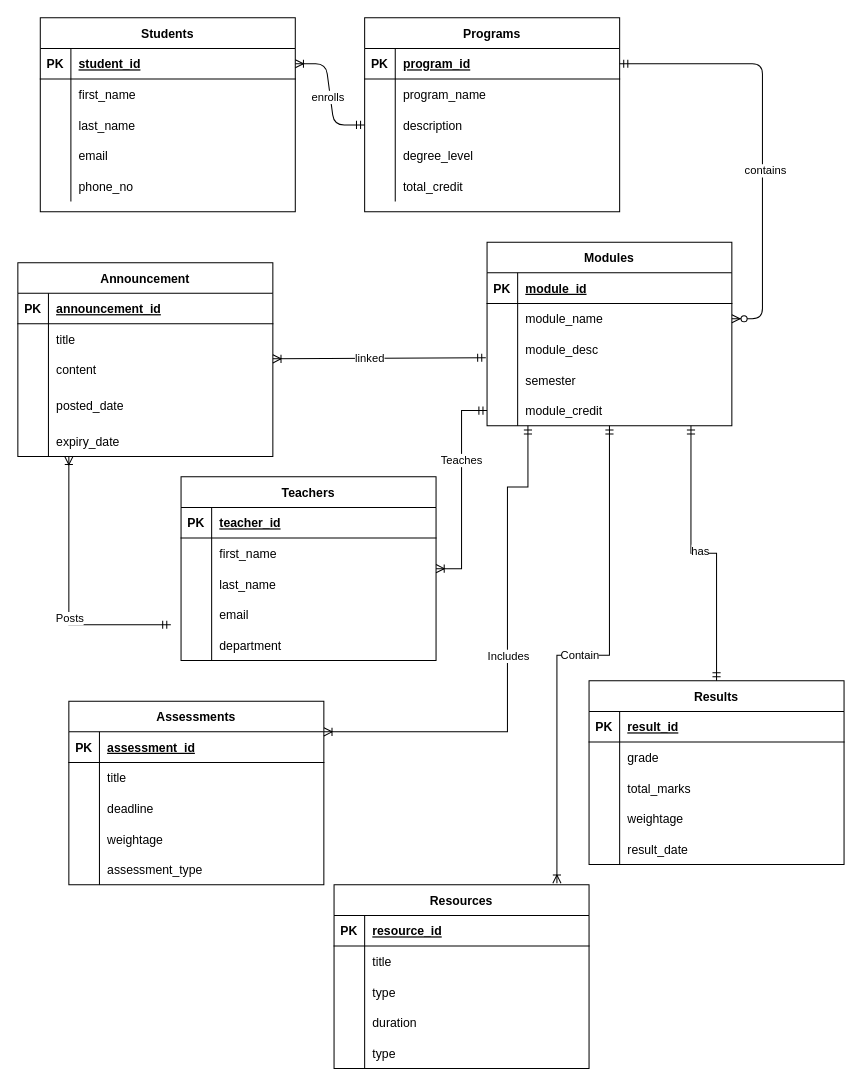
Earlier version of the draw.io diagram Database.drawio (pawal-karki/DRAW.IO). Source tidied: cells renumbered, new cells numbered last; positions are measured from the earlier drawing's top-left corner, leaving out a move shared by most shapes. Both pictures are drawn from the tidied source at 102%, with x=0, y=0 at pixel (17, 17).
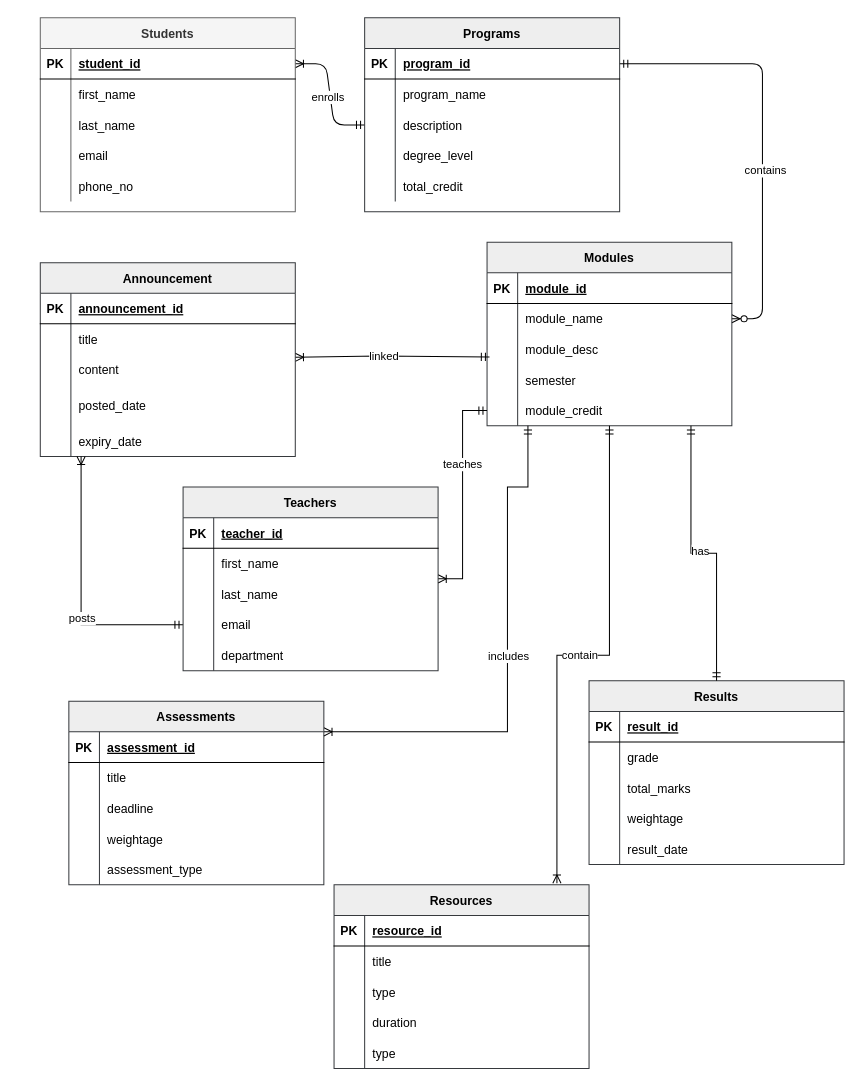
Above is the later version.

The change refers to these unchanged cells:
```xml
<mxCell id="29" style="shape=partialRectangle;fillColor=none;points=[[0,0.5],[1,0.5]];portConstraint=eastwest;top=0;left=0;right=0;bottom=0;" parent="22" vertex="1">
  <mxGeometry y="90" width="240" height="30" as="geometry" />
</mxCell>
<mxCell id="74" style="edgeStyle=orthogonalEdgeStyle;rounded=0;jettySize=auto;html=1;entryX=1;entryY=0.5;entryDx=0;entryDy=0;startArrow=ERmandOne;startFill=0;endArrow=ERoneToMany;endFill=0;exitX=0;exitY=0.5;exitDx=0;exitDy=0;" parent="1" edge="1" source="35" target="76">
  <mxGeometry relative="1" as="geometry" />
</mxCell>
<mxCell id="92" style="edgeStyle=orthogonalEdgeStyle;rounded=0;jettySize=auto;html=1;endArrow=ERmandOne;endFill=0;entryX=0.167;entryY=1;entryDx=0;entryDy=0;entryPerimeter=0;startArrow=ERoneToMany;startFill=0;" parent="1" edge="1" source="94" target="35">
  <mxGeometry relative="1" as="geometry">
    <Array as="points">
      <mxPoint x="480" y="700" />
      <mxPoint x="480" y="460" />
      <mxPoint x="500" y="460" />
    </Array>
  </mxGeometry>
</mxCell>
<mxCell id="126" style="edgeStyle=orthogonalEdgeStyle;rounded=0;jettySize=auto;html=1;entryX=0.874;entryY=-0.009;entryDx=0;entryDy=0;entryPerimeter=0;endArrow=ERoneToMany;endFill=0;startArrow=ERmandOne;startFill=0;" parent="1" edge="1" source="22" target="110">
  <mxGeometry relative="1" as="geometry" />
</mxCell>
```

The edit, as a diff of the source:
```diff
@@
-    <mxCell id="6" value="Programs" style="shape=table;startSize=30;childLayout=tableLayout;rowLines=0;fontStyle=1;align=center;" parent="1" vertex="1">
+    <mxCell id="6" value="Programs" style="shape=table;startSize=30;childLayout=tableLayout;rowLines=0;fontStyle=1;align=center;fillColor=#eeeeee;strokeColor=#36393d;" parent="1" vertex="1">
       <mxGeometry x="340" width="250" height="190" as="geometry" />
     </mxCell>
@@
-    <mxCell id="22" value="Modules" style="shape=table;startSize=30;childLayout=tableLayout;rowLines=0;fontStyle=1;align=center;" parent="1" vertex="1">
+    <mxCell id="22" value="Modules" style="shape=table;startSize=30;childLayout=tableLayout;rowLines=0;fontStyle=1;align=center;fillColor=#eeeeee;strokeColor=#36393d;" parent="1" vertex="1">
       <mxGeometry x="460" y="220" width="240" height="180" as="geometry" />
     </mxCell>
@@
-    <mxCell id="38" value="Students" style="shape=table;startSize=30;childLayout=tableLayout;rowLines=0;fontStyle=1;align=center;" parent="1" vertex="1">
+    <mxCell id="38" value="Students" style="shape=table;startSize=30;childLayout=tableLayout;rowLines=0;fontStyle=1;align=center;fillColor=#f5f5f5;fontColor=#333333;strokeColor=#666666;" parent="1" vertex="1">
       <mxGeometry x="22" width="250" height="190" as="geometry" />
     </mxCell>
@@
-    <mxCell id="54" style="rounded=0;jettySize=auto;html=1;startArrow=ERoneToMany;startFill=0;endArrow=ERmandOne;endFill=0;entryX=-0.005;entryY=0.773;entryDx=0;entryDy=0;entryPerimeter=0;" parent="1" edge="1" source="56" target="29">
-      <mxGeometry relative="1" as="geometry" />
+    <mxCell id="54" style="rounded=0;jettySize=auto;html=1;startArrow=ERoneToMany;startFill=0;endArrow=ERmandOne;endFill=0;entryX=0.01;entryY=0.747;entryDx=0;entryDy=0;entryPerimeter=0;" parent="1" edge="1" target="29">
+      <mxGeometry relative="1" as="geometry">
+        <mxPoint x="272" y="332.8" as="sourcePoint" />
+        <Array as="points">
+          <mxPoint x="354" y="331.5" />
+        </Array>
+      </mxGeometry>
     </mxCell>
@@
-    <mxCell id="56" value="Announcement" style="shape=table;startSize=30;childLayout=tableLayout;rowLines=0;fontStyle=1;align=center;" parent="1" vertex="1">
-      <mxGeometry y="240" width="250" height="190" as="geometry" />
+    <mxCell id="56" value="Announcement" style="shape=table;startSize=30;childLayout=tableLayout;rowLines=0;fontStyle=1;align=center;fillColor=#eeeeee;strokeColor=#36393d;" parent="1" vertex="1">
+      <mxGeometry x="22" y="240" width="250" height="190" as="geometry" />
     </mxCell>
@@
     <mxCell id="72" style="edgeStyle=orthogonalEdgeStyle;rounded=0;orthogonalLoop=1;jettySize=auto;html=1;startArrow=ERmandOne;startFill=0;endArrow=ERoneToMany;endFill=0;" parent="1" edge="1">
       <mxGeometry relative="1" as="geometry">
-        <mxPoint x="150" y="595" as="sourcePoint" />
-        <mxPoint x="50" y="430" as="targetPoint" />
+        <mxPoint x="162" y="595" as="sourcePoint" />
+        <mxPoint x="62" y="430" as="targetPoint" />
         <Array as="points">
-          <mxPoint x="50" y="595" />
+          <mxPoint x="62" y="595" />
         </Array>
       </mxGeometry>
     </mxCell>
-    <mxCell id="73" value="Posts" style="edgeLabel;html=1;align=center;verticalAlign=middle;" parent="72" vertex="1">
+    <mxCell id="73" value="posts" style="edgeLabel;html=1;align=center;verticalAlign=middle;" parent="72" vertex="1">
       <mxGeometry x="-0.19" relative="1" as="geometry" />
     </mxCell>
@@
-    <mxCell id="75" value="Teaches" style="edgeLabel;html=1;align=center;verticalAlign=middle;" parent="74" vertex="1">
+    <mxCell id="75" value="teaches" style="edgeLabel;html=1;align=center;verticalAlign=middle;" parent="74" vertex="1">
       <mxGeometry x="-0.29" y="-1" relative="1" as="geometry" />
     </mxCell>
-    <mxCell id="76" value="Teachers" style="shape=table;startSize=30;childLayout=tableLayout;rowLines=0;fontStyle=1;align=center;" parent="1" vertex="1">
-      <mxGeometry x="160" y="450" width="250" height="180" as="geometry" />
+    <mxCell id="76" value="Teachers" style="shape=table;startSize=30;childLayout=tableLayout;rowLines=0;fontStyle=1;align=center;fillColor=#eeeeee;strokeColor=#36393d;" parent="1" vertex="1">
+      <mxGeometry x="162" y="460" width="250" height="180" as="geometry" />
     </mxCell>
@@
-    <mxCell id="93" value="Includes" style="edgeLabel;html=1;align=center;verticalAlign=middle;" parent="92" vertex="1">
+    <mxCell id="93" value="includes" style="edgeLabel;html=1;align=center;verticalAlign=middle;" parent="92" vertex="1">
       <mxGeometry x="0.02" relative="1" as="geometry" />
     </mxCell>
-    <mxCell id="94" value="Assessments" style="shape=table;startSize=30;childLayout=tableLayout;rowLines=0;fontStyle=1;align=center;" parent="1" vertex="1">
+    <mxCell id="94" value="Assessments" style="shape=table;startSize=30;childLayout=tableLayout;rowLines=0;fontStyle=1;align=center;fillColor=#eeeeee;strokeColor=#36393d;" parent="1" vertex="1">
       <mxGeometry x="50" y="670" width="250" height="180" as="geometry" />
     </mxCell>
@@
-    <mxCell id="110" value="Resources" style="shape=table;startSize=30;childLayout=tableLayout;rowLines=0;fontStyle=1;align=center;" parent="1" vertex="1">
+    <mxCell id="110" value="Resources" style="shape=table;startSize=30;childLayout=tableLayout;rowLines=0;fontStyle=1;align=center;fillColor=#eeeeee;strokeColor=#36393d;" parent="1" vertex="1">
       <mxGeometry x="310" y="850" width="250" height="180" as="geometry" />
     </mxCell>
@@
-    <mxCell id="127" value="Contain" style="edgeLabel;html=1;align=center;verticalAlign=middle;" parent="126" vertex="1">
+    <mxCell id="127" value="contain" style="edgeLabel;html=1;align=center;verticalAlign=middle;" parent="126" vertex="1">
       <mxGeometry x="0.02" y="-1" relative="1" as="geometry" />
     </mxCell>
-    <mxCell id="128" value="Results" style="shape=table;startSize=30;childLayout=tableLayout;rowLines=0;fontStyle=1;align=center;" parent="1" vertex="1">
+    <mxCell id="128" value="Results" style="shape=table;startSize=30;childLayout=tableLayout;rowLines=0;fontStyle=1;align=center;fillColor=#eeeeee;strokeColor=#36393d;" parent="1" vertex="1">
       <mxGeometry x="560" y="650" width="250" height="180" as="geometry" />
     </mxCell>
```
